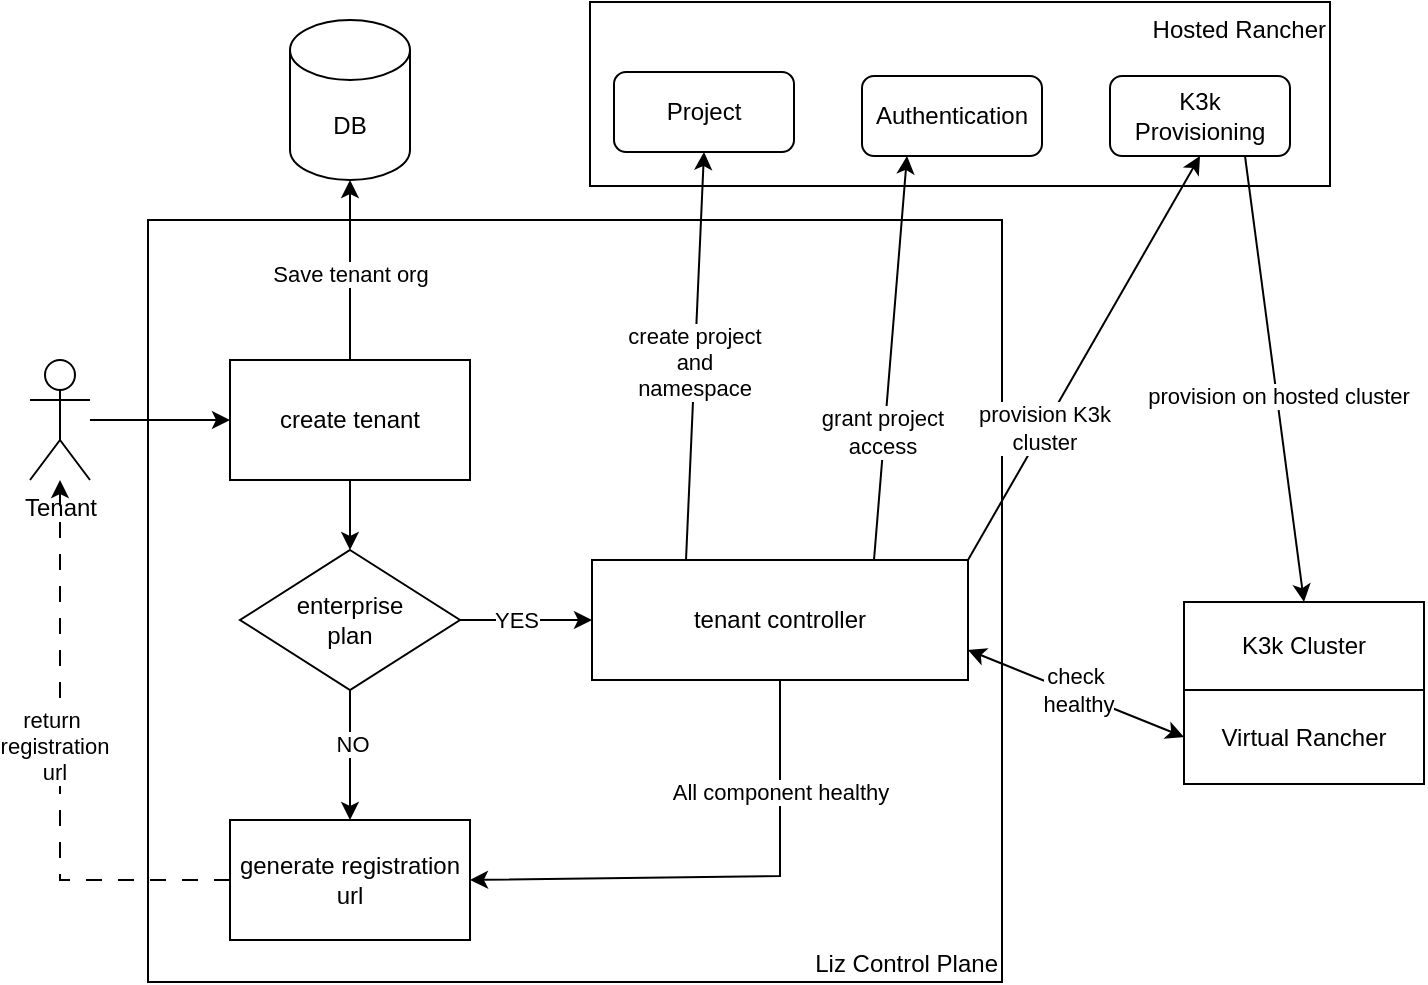
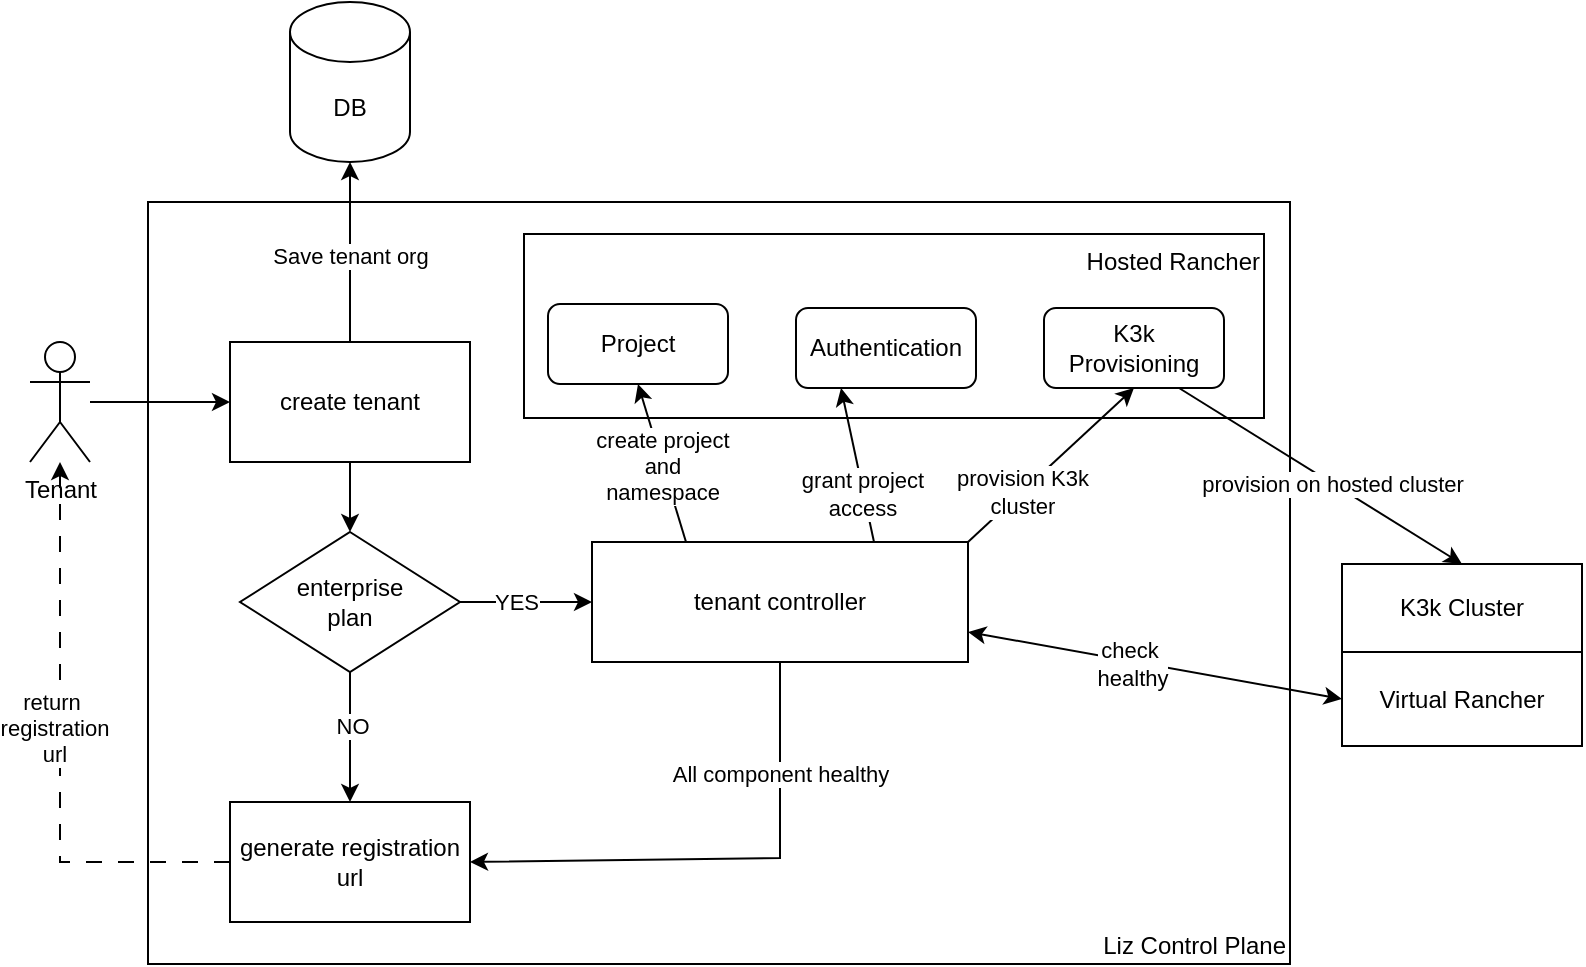
<mxfile host="app.diagrams.net">
  <diagram name="第 1 页" id="L-sD2WPmEqHrs-nHEADV">
    <mxGraphModel dx="1222" dy="745" grid="0" gridSize="10" guides="1" tooltips="1" connect="1" arrows="1" fold="1" page="1" pageScale="1" pageWidth="827" pageHeight="1169" math="0" shadow="0">
      <root>
        <mxCell id="0" />
        <mxCell id="1" parent="0" />
        <mxCell id="s9PzU-UQ4cBH2LS_8AfC-17" parent="1" style="rounded=0;whiteSpace=wrap;html=1;verticalAlign=bottom;align=right;" value="Liz Control Plane" vertex="1">
-           <mxGeometry height="381" width="427" x="129" y="180" as="geometry" />
+           <mxGeometry height="381" width="571" x="88" y="180" as="geometry" />
        </mxCell>
        <mxCell id="RmhtLynf-h64byK3Bh4Q-11" edge="1" parent="1" source="RmhtLynf-h64byK3Bh4Q-1" style="edgeStyle=orthogonalEdgeStyle;rounded=0;orthogonalLoop=1;jettySize=auto;html=1;" target="RmhtLynf-h64byK3Bh4Q-5" value="">
          <mxGeometry relative="1" as="geometry" />
        </mxCell>
        <mxCell id="RmhtLynf-h64byK3Bh4Q-1" parent="1" style="shape=umlActor;verticalLabelPosition=bottom;verticalAlign=top;html=1;outlineConnect=0;" value="Tenant" vertex="1">
-           <mxGeometry height="60" width="30" x="70" y="250" as="geometry" />
+           <mxGeometry height="60" width="30" x="29" y="250" as="geometry" />
        </mxCell>
        <mxCell id="RmhtLynf-h64byK3Bh4Q-21" edge="1" parent="1" source="RmhtLynf-h64byK3Bh4Q-5" style="edgeStyle=orthogonalEdgeStyle;rounded=0;orthogonalLoop=1;jettySize=auto;html=1;" target="RmhtLynf-h64byK3Bh4Q-20" value="">
          <mxGeometry relative="1" as="geometry" />
        </mxCell>
        <mxCell id="RmhtLynf-h64byK3Bh4Q-5" parent="1" style="rounded=0;whiteSpace=wrap;html=1;" value="create tenant" vertex="1">
-           <mxGeometry height="60" width="120" x="170" y="250" as="geometry" />
+           <mxGeometry height="60" width="120" x="129" y="250" as="geometry" />
        </mxCell>
        <mxCell id="RmhtLynf-h64byK3Bh4Q-6" parent="1" style="shape=cylinder3;whiteSpace=wrap;html=1;boundedLbl=1;backgroundOutline=1;size=15;" value="DB" vertex="1">
-           <mxGeometry height="80" width="60" x="200" y="80" as="geometry" />
+           <mxGeometry height="80" width="60" x="159" y="80" as="geometry" />
        </mxCell>
        <mxCell id="RmhtLynf-h64byK3Bh4Q-7" parent="1" style="rounded=0;whiteSpace=wrap;html=1;verticalAlign=top;align=right;" value="Hosted Rancher" vertex="1">
-           <mxGeometry height="92" width="370" x="350" y="71" as="geometry" />
+           <mxGeometry height="92" width="370" x="276" y="196" as="geometry" />
        </mxCell>
        <mxCell id="RmhtLynf-h64byK3Bh4Q-8" parent="1" style="rounded=1;whiteSpace=wrap;html=1;" value="Project" vertex="1">
-           <mxGeometry height="40" width="90" x="362" y="106" as="geometry" />
+           <mxGeometry height="40" width="90" x="288" y="231" as="geometry" />
        </mxCell>
        <mxCell id="RmhtLynf-h64byK3Bh4Q-9" parent="1" style="rounded=1;whiteSpace=wrap;html=1;" value="Authentication" vertex="1">
-           <mxGeometry height="40" width="90" x="486" y="108" as="geometry" />
+           <mxGeometry height="40" width="90" x="412" y="233" as="geometry" />
        </mxCell>
        <mxCell id="RmhtLynf-h64byK3Bh4Q-10" parent="1" style="rounded=1;whiteSpace=wrap;html=1;" value="K3k Provisioning" vertex="1">
-           <mxGeometry height="40" width="90" x="610" y="108" as="geometry" />
+           <mxGeometry height="40" width="90" x="536" y="233" as="geometry" />
        </mxCell>
-         <mxCell id="RmhtLynf-h64byK3Bh4Q-12" edge="1" parent="1" source="RmhtLynf-h64byK3Bh4Q-5" style="endArrow=classic;html=1;rounded=0;exitX=0.5;exitY=0;exitDx=0;exitDy=0;entryX=0.5;entryY=1;entryDx=0;entryDy=0;entryPerimeter=0;" target="RmhtLynf-h64byK3Bh4Q-6" value="">
+         <mxCell id="RmhtLynf-h64byK3Bh4Q-12" edge="1" parent="1" source="RmhtLynf-h64byK3Bh4Q-5" style="endArrow=classic;html=1;rounded=0;exitX=0.5;exitY=0;exitDx=0;exitDy=0;entryX=0.5;entryY=1;entryDx=0;entryDy=0;entryPerimeter=0;" value="">
          <mxGeometry height="50" relative="1" width="50" as="geometry">
-             <mxPoint x="270" y="230" as="sourcePoint" />
-             <mxPoint x="320" y="180" as="targetPoint" />
+             <mxPoint x="229" y="230" as="sourcePoint" />
+             <mxPoint x="189" y="160" as="targetPoint" />
          </mxGeometry>
        </mxCell>
        <mxCell id="RmhtLynf-h64byK3Bh4Q-13" connectable="0" parent="RmhtLynf-h64byK3Bh4Q-12" style="edgeLabel;html=1;align=center;verticalAlign=middle;resizable=0;points=[];" value="Save tenant org" vertex="1">
          <mxGeometry relative="1" x="-0.3448" as="geometry">
            <mxPoint y="-14" as="offset" />
          </mxGeometry>
        </mxCell>
        <mxCell id="RmhtLynf-h64byK3Bh4Q-28" edge="1" parent="1" source="RmhtLynf-h64byK3Bh4Q-20" style="edgeStyle=orthogonalEdgeStyle;rounded=0;orthogonalLoop=1;jettySize=auto;html=1;" target="RmhtLynf-h64byK3Bh4Q-27" value="">
          <mxGeometry relative="1" as="geometry" />
        </mxCell>
        <mxCell id="RmhtLynf-h64byK3Bh4Q-29" connectable="0" parent="RmhtLynf-h64byK3Bh4Q-28" style="edgeLabel;html=1;align=center;verticalAlign=middle;resizable=0;points=[];" value="NO" vertex="1">
          <mxGeometry relative="1" x="-0.1692" y="1" as="geometry">
            <mxPoint as="offset" />
          </mxGeometry>
        </mxCell>
        <mxCell id="s9PzU-UQ4cBH2LS_8AfC-2" edge="1" parent="1" source="RmhtLynf-h64byK3Bh4Q-20" style="edgeStyle=orthogonalEdgeStyle;rounded=0;orthogonalLoop=1;jettySize=auto;html=1;" target="s9PzU-UQ4cBH2LS_8AfC-1" value="">
          <mxGeometry relative="1" as="geometry" />
        </mxCell>
        <mxCell id="s9PzU-UQ4cBH2LS_8AfC-3" connectable="0" parent="s9PzU-UQ4cBH2LS_8AfC-2" style="edgeLabel;html=1;align=center;verticalAlign=middle;resizable=0;points=[];" value="YES" vertex="1">
          <mxGeometry relative="1" x="-0.2632" as="geometry">
            <mxPoint x="3" as="offset" />
          </mxGeometry>
        </mxCell>
        <mxCell id="RmhtLynf-h64byK3Bh4Q-20" parent="1" style="rhombus;whiteSpace=wrap;html=1;" value="enterprise&lt;div&gt;plan&lt;/div&gt;" vertex="1">
-           <mxGeometry height="70" width="110" x="175" y="345" as="geometry" />
+           <mxGeometry height="70" width="110" x="134" y="345" as="geometry" />
        </mxCell>
        <mxCell id="RmhtLynf-h64byK3Bh4Q-24" parent="1" style="rounded=0;whiteSpace=wrap;html=1;verticalAlign=middle;align=center;" value="Virtual Rancher" vertex="1">
-           <mxGeometry height="47" width="120" x="647" y="415" as="geometry" />
+           <mxGeometry height="47" width="120" x="685" y="405" as="geometry" />
        </mxCell>
        <mxCell id="RmhtLynf-h64byK3Bh4Q-27" parent="1" style="rounded=0;whiteSpace=wrap;html=1;" value="generate registration url" vertex="1">
-           <mxGeometry height="60" width="120" x="170" y="480" as="geometry" />
+           <mxGeometry height="60" width="120" x="129" y="480" as="geometry" />
        </mxCell>
        <mxCell id="RmhtLynf-h64byK3Bh4Q-31" edge="1" parent="1" source="RmhtLynf-h64byK3Bh4Q-27" style="endArrow=classic;html=1;rounded=0;exitX=0;exitY=0.5;exitDx=0;exitDy=0;dashed=1;dashPattern=8 8;" target="RmhtLynf-h64byK3Bh4Q-1" value="">
          <mxGeometry height="50" relative="1" width="50" as="geometry">
            <Array as="points">
-               <mxPoint x="85" y="510" />
+               <mxPoint x="44" y="510" />
            </Array>
-             <mxPoint x="50" y="530" as="sourcePoint" />
-             <mxPoint x="100" y="480" as="targetPoint" />
+             <mxPoint x="9" y="530" as="sourcePoint" />
+             <mxPoint x="59" y="480" as="targetPoint" />
          </mxGeometry>
        </mxCell>
        <mxCell id="RmhtLynf-h64byK3Bh4Q-32" connectable="0" parent="RmhtLynf-h64byK3Bh4Q-31" style="edgeLabel;html=1;align=center;verticalAlign=middle;resizable=0;points=[];" value="return&amp;nbsp;&lt;div&gt;registration&lt;/div&gt;&lt;div&gt;url&lt;/div&gt;" vertex="1">
          <mxGeometry relative="1" x="0.0667" y="3" as="geometry">
            <mxPoint as="offset" />
          </mxGeometry>
        </mxCell>
        <mxCell id="s9PzU-UQ4cBH2LS_8AfC-1" parent="1" style="rounded=0;whiteSpace=wrap;html=1;" value="tenant controller" vertex="1">
-           <mxGeometry height="60" width="188" x="351" y="350" as="geometry" />
+           <mxGeometry height="60" width="188" x="310" y="350" as="geometry" />
        </mxCell>
        <mxCell id="s9PzU-UQ4cBH2LS_8AfC-4" edge="1" parent="1" source="s9PzU-UQ4cBH2LS_8AfC-1" style="endArrow=classic;html=1;rounded=0;exitX=0.25;exitY=0;exitDx=0;exitDy=0;entryX=0.5;entryY=1;entryDx=0;entryDy=0;" target="RmhtLynf-h64byK3Bh4Q-8" value="">
          <mxGeometry height="50" relative="1" width="50" as="geometry">
-             <mxPoint x="384" y="334" as="sourcePoint" />
-             <mxPoint x="434" y="284" as="targetPoint" />
+             <mxPoint x="343" y="334" as="sourcePoint" />
+             <mxPoint x="393" y="284" as="targetPoint" />
          </mxGeometry>
        </mxCell>
        <mxCell id="s9PzU-UQ4cBH2LS_8AfC-5" connectable="0" parent="s9PzU-UQ4cBH2LS_8AfC-4" style="edgeLabel;html=1;align=center;verticalAlign=middle;resizable=0;points=[];" value="create project&lt;div&gt;and&lt;/div&gt;&lt;div&gt;namespace&lt;/div&gt;" vertex="1">
          <mxGeometry relative="1" x="-0.0292" y="1" as="geometry">
            <mxPoint as="offset" />
          </mxGeometry>
        </mxCell>
        <mxCell id="s9PzU-UQ4cBH2LS_8AfC-6" edge="1" parent="1" source="s9PzU-UQ4cBH2LS_8AfC-1" style="endArrow=classic;html=1;rounded=0;exitX=0.75;exitY=0;exitDx=0;exitDy=0;entryX=0.25;entryY=1;entryDx=0;entryDy=0;" target="RmhtLynf-h64byK3Bh4Q-9" value="">
          <mxGeometry height="50" relative="1" width="50" as="geometry">
-             <mxPoint x="485" y="339" as="sourcePoint" />
-             <mxPoint x="535" y="289" as="targetPoint" />
+             <mxPoint x="444" y="339" as="sourcePoint" />
+             <mxPoint x="494" y="289" as="targetPoint" />
          </mxGeometry>
        </mxCell>
        <mxCell id="s9PzU-UQ4cBH2LS_8AfC-7" connectable="0" parent="s9PzU-UQ4cBH2LS_8AfC-6" style="edgeLabel;html=1;align=center;verticalAlign=middle;resizable=0;points=[];" value="grant project&lt;div&gt;access&lt;/div&gt;" vertex="1">
          <mxGeometry relative="1" x="-0.3697" y="1" as="geometry">
            <mxPoint as="offset" />
          </mxGeometry>
        </mxCell>
        <mxCell id="s9PzU-UQ4cBH2LS_8AfC-8" edge="1" parent="1" source="s9PzU-UQ4cBH2LS_8AfC-1" style="endArrow=classic;html=1;rounded=0;exitX=1;exitY=0;exitDx=0;exitDy=0;entryX=0.5;entryY=1;entryDx=0;entryDy=0;" target="RmhtLynf-h64byK3Bh4Q-10" value="">
          <mxGeometry height="50" relative="1" width="50" as="geometry">
-             <mxPoint x="565" y="364" as="sourcePoint" />
-             <mxPoint x="615" y="314" as="targetPoint" />
+             <mxPoint x="524" y="364" as="sourcePoint" />
+             <mxPoint x="574" y="314" as="targetPoint" />
          </mxGeometry>
        </mxCell>
        <mxCell id="s9PzU-UQ4cBH2LS_8AfC-9" connectable="0" parent="s9PzU-UQ4cBH2LS_8AfC-8" style="edgeLabel;html=1;align=center;verticalAlign=middle;resizable=0;points=[];" value="provision K3k&lt;div&gt;cluster&lt;/div&gt;" vertex="1">
          <mxGeometry relative="1" x="-0.3336" y="1" as="geometry">
            <mxPoint y="1" as="offset" />
          </mxGeometry>
        </mxCell>
        <mxCell id="s9PzU-UQ4cBH2LS_8AfC-10" parent="1" style="rounded=0;whiteSpace=wrap;html=1;" value="K3k Cluster" vertex="1">
-           <mxGeometry height="44" width="120" x="647" y="371" as="geometry" />
+           <mxGeometry height="44" width="120" x="685" y="361" as="geometry" />
        </mxCell>
        <mxCell id="s9PzU-UQ4cBH2LS_8AfC-11" edge="1" parent="1" source="RmhtLynf-h64byK3Bh4Q-10" style="endArrow=classic;html=1;rounded=0;exitX=0.75;exitY=1;exitDx=0;exitDy=0;entryX=0.5;entryY=0;entryDx=0;entryDy=0;" target="s9PzU-UQ4cBH2LS_8AfC-10" value="">
          <mxGeometry height="50" relative="1" width="50" as="geometry">
            <mxPoint x="748" y="334" as="sourcePoint" />
            <mxPoint x="798" y="284" as="targetPoint" />
          </mxGeometry>
        </mxCell>
        <mxCell id="s9PzU-UQ4cBH2LS_8AfC-12" connectable="0" parent="s9PzU-UQ4cBH2LS_8AfC-11" style="edgeLabel;html=1;align=center;verticalAlign=middle;resizable=0;points=[];" value="provision on hosted cluster" vertex="1">
          <mxGeometry relative="1" x="0.0723" as="geometry">
            <mxPoint as="offset" />
          </mxGeometry>
        </mxCell>
        <mxCell id="s9PzU-UQ4cBH2LS_8AfC-13" edge="1" parent="1" source="s9PzU-UQ4cBH2LS_8AfC-1" style="endArrow=classic;startArrow=classic;html=1;rounded=0;exitX=1;exitY=0.75;exitDx=0;exitDy=0;entryX=0;entryY=0.5;entryDx=0;entryDy=0;" target="RmhtLynf-h64byK3Bh4Q-24" value="">
          <mxGeometry height="50" relative="1" width="50" as="geometry">
-             <mxPoint x="580" y="484" as="sourcePoint" />
-             <mxPoint x="630" y="434" as="targetPoint" />
+             <mxPoint x="539" y="484" as="sourcePoint" />
+             <mxPoint x="666" y="420.5" as="targetPoint" />
          </mxGeometry>
        </mxCell>
        <mxCell id="s9PzU-UQ4cBH2LS_8AfC-14" connectable="0" parent="s9PzU-UQ4cBH2LS_8AfC-13" style="edgeLabel;html=1;align=center;verticalAlign=middle;resizable=0;points=[];" value="check&amp;nbsp;&lt;div&gt;healthy&lt;/div&gt;" vertex="1">
          <mxGeometry relative="1" x="-0.3333" as="geometry">
            <mxPoint x="19" y="5" as="offset" />
          </mxGeometry>
        </mxCell>
        <mxCell id="s9PzU-UQ4cBH2LS_8AfC-15" edge="1" parent="1" source="s9PzU-UQ4cBH2LS_8AfC-1" style="endArrow=classic;html=1;rounded=0;exitX=0.5;exitY=1;exitDx=0;exitDy=0;entryX=1;entryY=0.5;entryDx=0;entryDy=0;" target="RmhtLynf-h64byK3Bh4Q-27" value="">
          <mxGeometry height="50" relative="1" width="50" as="geometry">
            <Array as="points">
-               <mxPoint x="445" y="508" />
+               <mxPoint x="404" y="508" />
            </Array>
-             <mxPoint x="423" y="546" as="sourcePoint" />
-             <mxPoint x="473" y="496" as="targetPoint" />
+             <mxPoint x="382" y="546" as="sourcePoint" />
+             <mxPoint x="432" y="496" as="targetPoint" />
          </mxGeometry>
        </mxCell>
        <mxCell id="s9PzU-UQ4cBH2LS_8AfC-16" connectable="0" parent="s9PzU-UQ4cBH2LS_8AfC-15" style="edgeLabel;html=1;align=center;verticalAlign=middle;resizable=0;points=[];" value="All component healthy" vertex="1">
          <mxGeometry relative="1" x="-0.5692" as="geometry">
            <mxPoint y="1" as="offset" />
          </mxGeometry>
        </mxCell>
      </root>
    </mxGraphModel>
  </diagram>
</mxfile>
